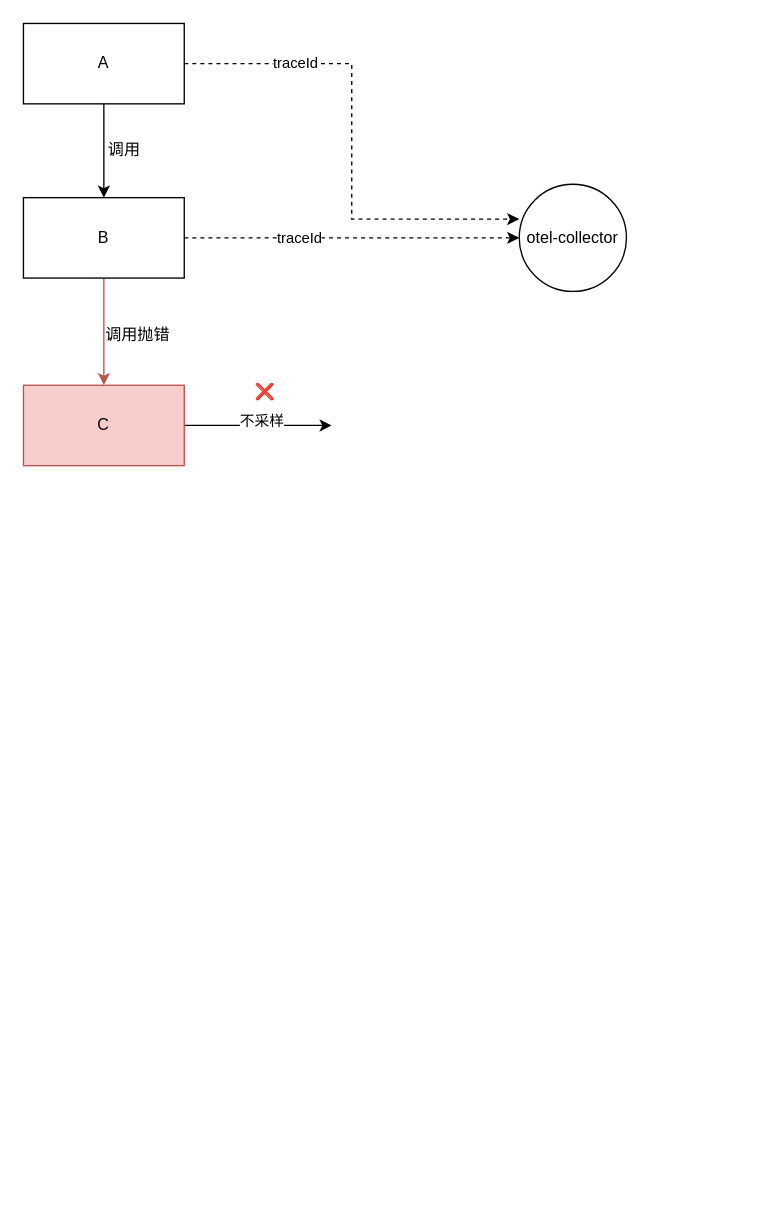
The draw.io diagram diagram/otel.drawio in DogerRain/image, before the edit. Source tidied: cells renumbered, new cells numbered last; positions are measured from the earlier drawing's top-left corner, leaving out a move shared by most shapes. Both pictures are drawn from the tidied source at 134%, with x=0, y=0 at pixel (23, 23).
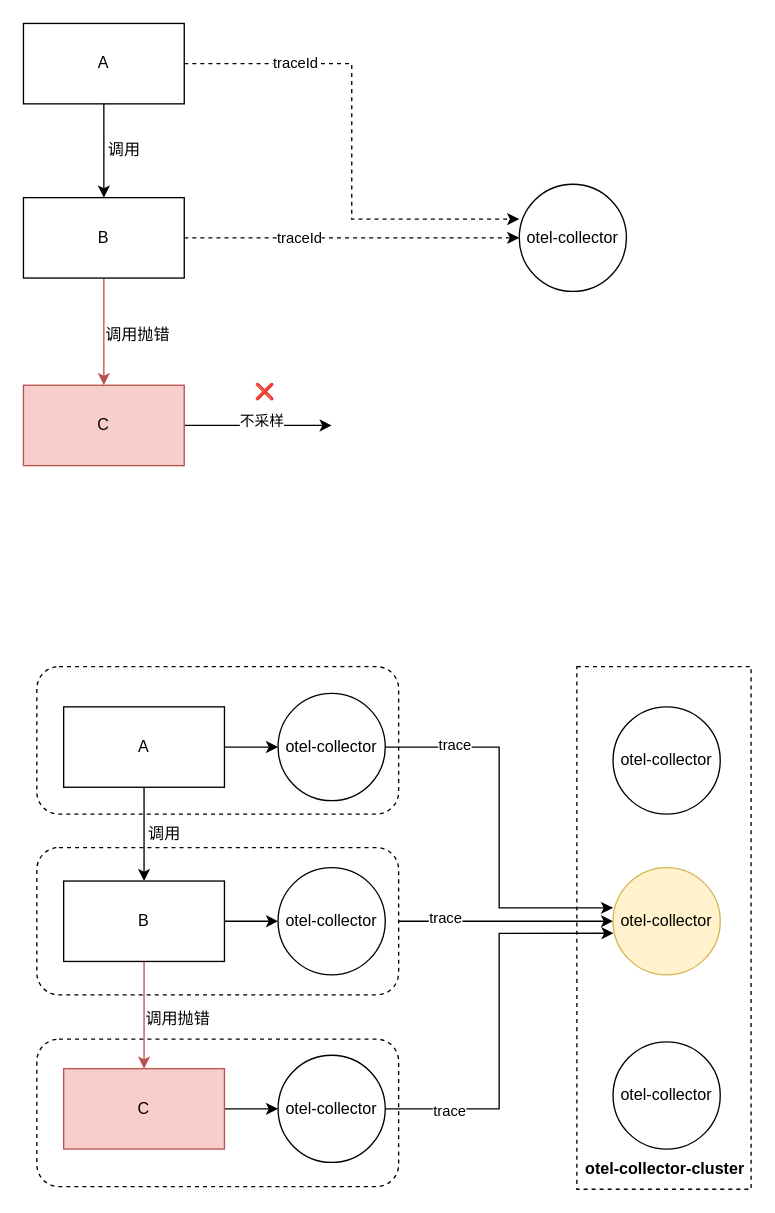
After the change.

Diff of the diagram source:
```diff
@@
+    <mxCell id="17" style="rounded=0;whiteSpace=wrap;html=1;dashed=1;" parent="1" vertex="1">
+      <mxGeometry x="413" y="480" width="130" height="390" as="geometry" />
+    </mxCell>
+    <mxCell id="18" style="rounded=1;whiteSpace=wrap;html=1;dashed=1;" parent="1" vertex="1">
+      <mxGeometry x="10" y="758" width="270" height="110" as="geometry" />
+    </mxCell>
+    <mxCell id="19" style="edgeStyle=orthogonalEdgeStyle;rounded=0;jettySize=auto;html=1;entryX=0;entryY=0.5;entryDx=0;entryDy=0;" parent="1" edge="1" source="22" target="42">
+      <mxGeometry relative="1" as="geometry" />
+    </mxCell>
+    <mxCell id="20" style="edgeLabel;html=1;align=center;verticalAlign=middle;" parent="19" vertex="1">
+      <mxGeometry x="-0.54" y="1" relative="1" as="geometry" />
+    </mxCell>
+    <mxCell id="21" style="edgeLabel;html=1;align=center;verticalAlign=middle;" parent="19" vertex="1">
+      <mxGeometry x="-0.57" y="-2" relative="1" as="geometry">
+        <mxPoint y="-1" as="offset" />
+      </mxGeometry>
+    </mxCell>
+    <mxCell id="22" style="rounded=1;whiteSpace=wrap;html=1;dashed=1;" parent="1" vertex="1">
+      <mxGeometry x="10" y="615" width="270" height="110" as="geometry" />
+    </mxCell>
+    <mxCell id="23" style="rounded=1;whiteSpace=wrap;html=1;dashed=1;" parent="1" vertex="1">
+      <mxGeometry x="10" y="480" width="270" height="110" as="geometry" />
+    </mxCell>
@@
+    <mxCell id="24" style="edgeStyle=orthogonalEdgeStyle;rounded=0;jettySize=auto;html=1;entryX=0.5;entryY=0;entryDx=0;entryDy=0;" parent="1" edge="1" source="26" target="29">
+      <mxGeometry relative="1" as="geometry" />
+    </mxCell>
+    <mxCell id="25" style="edgeStyle=orthogonalEdgeStyle;rounded=0;jettySize=auto;html=1;exitX=1;exitY=0.5;exitDx=0;exitDy=0;" parent="1" edge="1" source="26" target="37">
+      <mxGeometry relative="1" as="geometry" />
+    </mxCell>
+    <mxCell id="26" value="A" style="rounded=0;whiteSpace=wrap;html=1;" parent="1" vertex="1">
+      <mxGeometry x="30" y="510" width="120" height="60" as="geometry" />
+    </mxCell>
+    <mxCell id="27" style="edgeStyle=orthogonalEdgeStyle;rounded=0;jettySize=auto;html=1;entryX=0.5;entryY=0;entryDx=0;entryDy=0;fillColor=#f8cecc;strokeColor=#b85450;" parent="1" edge="1" source="29" target="31">
+      <mxGeometry relative="1" as="geometry" />
+    </mxCell>
+    <mxCell id="28" style="edgeStyle=orthogonalEdgeStyle;rounded=0;jettySize=auto;html=1;exitX=1;exitY=0.5;exitDx=0;exitDy=0;entryX=0;entryY=0.5;entryDx=0;entryDy=0;" parent="1" edge="1" source="29" target="38">
+      <mxGeometry relative="1" as="geometry" />
+    </mxCell>
+    <mxCell id="29" value="B" style="rounded=0;whiteSpace=wrap;html=1;" parent="1" vertex="1">
+      <mxGeometry x="30" y="640" width="120" height="60" as="geometry" />
+    </mxCell>
+    <mxCell id="30" style="edgeStyle=orthogonalEdgeStyle;rounded=0;jettySize=auto;html=1;exitX=1;exitY=0.5;exitDx=0;exitDy=0;entryX=0;entryY=0.5;entryDx=0;entryDy=0;" parent="1" edge="1" source="31" target="41">
+      <mxGeometry relative="1" as="geometry" />
+    </mxCell>
+    <mxCell id="31" value="C" style="rounded=0;whiteSpace=wrap;html=1;fillColor=#f8cecc;strokeColor=#b85450;" parent="1" vertex="1">
+      <mxGeometry x="30" y="780" width="120" height="60" as="geometry" />
+    </mxCell>
+    <mxCell id="32" value="otel-collector" style="ellipse;whiteSpace=wrap;html=1;" parent="1" vertex="1">
+      <mxGeometry x="440" y="510" width="80" height="80" as="geometry" />
+    </mxCell>
+    <mxCell id="33" value="调用" style="text;html=1;align=center;verticalAlign=middle;strokeColor=none;fillColor=none;" parent="1" vertex="1">
+      <mxGeometry x="80" y="590" width="50" height="30" as="geometry" />
+    </mxCell>
+    <mxCell id="34" value="调用抛错" style="text;html=1;align=center;verticalAlign=middle;strokeColor=none;fillColor=none;" parent="1" vertex="1">
+      <mxGeometry x="80" y="728" width="70" height="30" as="geometry" />
+    </mxCell>
+    <mxCell id="35" style="edgeStyle=orthogonalEdgeStyle;rounded=0;jettySize=auto;html=1;" parent="1" edge="1" source="37">
+      <mxGeometry relative="1" as="geometry">
+        <mxPoint x="440" y="660" as="targetPoint" />
+        <Array as="points">
+          <mxPoint x="355" y="540" />
+          <mxPoint x="355" y="660" />
+          <mxPoint x="440" y="660" />
+        </Array>
+      </mxGeometry>
+    </mxCell>
+    <mxCell id="36" value="trace" style="edgeLabel;html=1;align=center;verticalAlign=middle;" parent="35" vertex="1">
+      <mxGeometry x="-0.65" y="2" relative="1" as="geometry" />
+    </mxCell>
+    <mxCell id="37" value="otel-collector" style="ellipse;whiteSpace=wrap;html=1;" parent="1" vertex="1">
+      <mxGeometry x="190" y="500" width="80" height="80" as="geometry" />
+    </mxCell>
+    <mxCell id="38" value="otel-collector" style="ellipse;whiteSpace=wrap;html=1;" parent="1" vertex="1">
+      <mxGeometry x="190" y="630" width="80" height="80" as="geometry" />
+    </mxCell>
+    <mxCell id="39" style="edgeStyle=orthogonalEdgeStyle;rounded=0;jettySize=auto;html=1;entryX=0.004;entryY=0.612;entryDx=0;entryDy=0;entryPerimeter=0;" parent="1" edge="1" source="41" target="42">
+      <mxGeometry relative="1" as="geometry" />
+    </mxCell>
+    <mxCell id="40" style="edgeLabel;html=1;align=center;verticalAlign=middle;" parent="39" vertex="1">
+      <mxGeometry x="-0.71" y="-2" relative="1" as="geometry" />
+    </mxCell>
+    <mxCell id="41" value="otel-collector" style="ellipse;whiteSpace=wrap;html=1;" parent="1" vertex="1">
+      <mxGeometry x="190" y="770" width="80" height="80" as="geometry" />
+    </mxCell>
+    <mxCell id="42" value="otel-collector" style="ellipse;whiteSpace=wrap;html=1;fillColor=#fff2cc;strokeColor=#d6b656;" parent="1" vertex="1">
+      <mxGeometry x="440" y="630" width="80" height="80" as="geometry" />
+    </mxCell>
+    <mxCell id="43" value="otel-collector" style="ellipse;whiteSpace=wrap;html=1;" parent="1" vertex="1">
+      <mxGeometry x="440" y="760" width="80" height="80" as="geometry" />
+    </mxCell>
+    <mxCell id="44" value="&lt;b&gt;otel-collector-cluster&lt;/b&gt;" style="text;html=1;align=center;verticalAlign=middle;whiteSpace=wrap;rounded=0;" parent="1" vertex="1">
+      <mxGeometry x="418" y="840" width="122" height="30" as="geometry" />
+    </mxCell>
+    <mxCell id="45" value="trace" style="edgeLabel;html=1;align=center;verticalAlign=middle;" parent="1" vertex="1">
+      <mxGeometry x="340" y="690" as="geometry">
+        <mxPoint x="-26" y="-23" as="offset" />
+      </mxGeometry>
+    </mxCell>
+    <mxCell id="46" value="trace" style="edgeLabel;html=1;align=center;verticalAlign=middle;" parent="1" vertex="1">
+      <mxGeometry x="310" y="780" as="geometry">
+        <mxPoint x="7" y="31" as="offset" />
+      </mxGeometry>
+    </mxCell>
```
